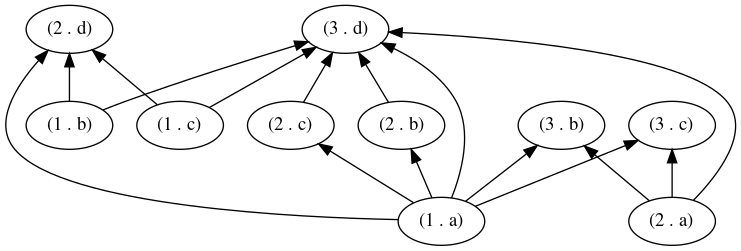
Before: examples.png, a diagram exported from Graphviz (siiky/poset). Its source is kept beside it as examples.gv. Its diagram source:
```dot
digraph poset
{
	graph [ layout=dot rankdir=BT ];
	"(2 . d)";
	"(2 . c)";
	"(2 . b)";
	"(2 . a)";
	"(1 . c)";
	"(1 . b)";
	"(1 . a)";
	"(3 . d)";
	"(3 . c)";
	"(3 . b)";
	"(2 . c)" -> "(3 . d)";
	"(2 . b)" -> "(3 . d)";
	"(2 . a)" -> "(3 . d)";
	"(2 . a)" -> "(3 . c)";
	"(2 . a)" -> "(3 . b)";
	"(1 . c)" -> "(2 . d)";
	"(1 . c)" -> "(3 . d)";
	"(1 . b)" -> "(2 . d)";
	"(1 . b)" -> "(3 . d)";
	"(1 . a)" -> "(2 . d)";
	"(1 . a)" -> "(2 . c)";
	"(1 . a)" -> "(2 . b)";
	"(1 . a)" -> "(3 . d)";
	"(1 . a)" -> "(3 . c)";
	"(1 . a)" -> "(3 . b)";
}
```
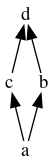
Later version of the same file.

Commit message:
Change default node shape

Change to the diagram source:
```diff
@@ -1,29 +1,12 @@
 digraph poset
 {
 	graph [ layout=dot rankdir=BT ];
-	"(2 . d)";
-	"(2 . c)";
-	"(2 . b)";
-	"(2 . a)";
-	"(1 . c)";
-	"(1 . b)";
-	"(1 . a)";
-	"(3 . d)";
-	"(3 . c)";
-	"(3 . b)";
-	"(2 . c)" -> "(3 . d)";
-	"(2 . b)" -> "(3 . d)";
-	"(2 . a)" -> "(3 . d)";
-	"(2 . a)" -> "(3 . c)";
-	"(2 . a)" -> "(3 . b)";
-	"(1 . c)" -> "(2 . d)";
-	"(1 . c)" -> "(3 . d)";
-	"(1 . b)" -> "(2 . d)";
-	"(1 . b)" -> "(3 . d)";
-	"(1 . a)" -> "(2 . d)";
-	"(1 . a)" -> "(2 . c)";
-	"(1 . a)" -> "(2 . b)";
-	"(1 . a)" -> "(3 . d)";
-	"(1 . a)" -> "(3 . c)";
-	"(1 . a)" -> "(3 . b)";
+	"d" [ shape=plain ];
+	"c" [ shape=plain ];
+	"b" [ shape=plain ];
+	"a" [ shape=plain ];
+	"c" -> "d";
+	"b" -> "d";
+	"a" -> "c";
+	"a" -> "b";
 }
```
